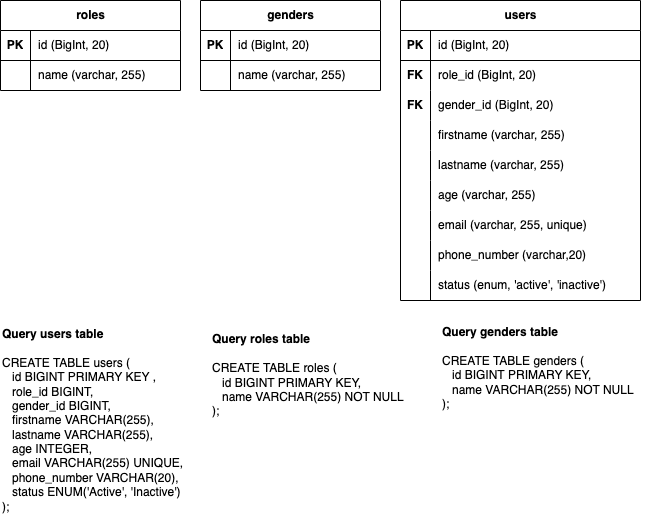
The draw.io diagram sql-task.drawio.png in antoniluthfi/tugas-sql-normalization-3nf, before a commit. Source tidied: cells renumbered, new cells last; positions are measured from the earlier drawing's top-left corner, leaving out a move shared by most shapes.
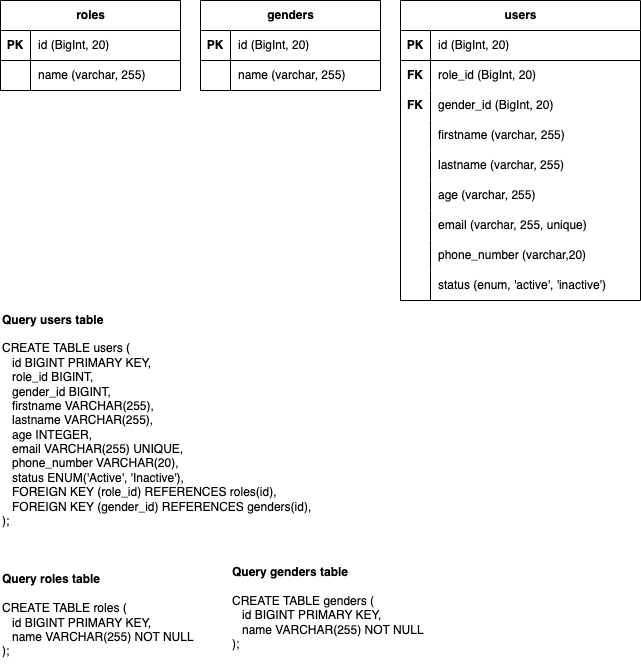
After the commit.

Diff of the diagram source:
```diff
@@ -134,14 +134,14 @@
     <mxCell id="45" value="FK" style="shape=partialRectangle;fillColor=none;top=0;left=0;bottom=0;right=0;fontStyle=1;overflow=hidden;whiteSpace=wrap;html=1;" parent="1" vertex="1">
       <mxGeometry x="400" y="90" width="30" height="30" as="geometry" />
     </mxCell>
-    <mxCell id="46" value="&lt;b&gt;Query users table&lt;/b&gt;&lt;br&gt;&lt;br&gt;&lt;div&gt;CREATE TABLE users (&lt;/div&gt;&lt;div&gt;&amp;nbsp; &amp;nbsp;id BIGINT PRIMARY KEY&amp;nbsp;,&lt;/div&gt;&lt;div&gt;&amp;nbsp; &amp;nbsp;role_id BIGINT,&lt;/div&gt;&lt;div&gt;&amp;nbsp; &amp;nbsp;gender_id BIGINT,&lt;/div&gt;&lt;div&gt;&amp;nbsp; &amp;nbsp;firstname VARCHAR(255),&lt;/div&gt;&lt;div&gt;&amp;nbsp; &amp;nbsp;lastname VARCHAR(255),&lt;/div&gt;&lt;div&gt;&amp;nbsp; &amp;nbsp;age INTEGER,&lt;/div&gt;&lt;div&gt;&amp;nbsp; &amp;nbsp;email VARCHAR(255) UNIQUE,&lt;/div&gt;&lt;div&gt;&amp;nbsp; &amp;nbsp;phone_number VARCHAR(20),&lt;/div&gt;&lt;div&gt;&amp;nbsp; &amp;nbsp;status ENUM('Active', 'Inactive')&lt;/div&gt;&lt;div&gt;);&lt;/div&gt;" style="text;html=1;align=left;verticalAlign=middle;strokeColor=none;fillColor=none;" parent="1" vertex="1">
-      <mxGeometry y="320" width="200" height="200" as="geometry" />
-    </mxCell>
+    <mxCell id="49" value="&lt;b&gt;Query users table&lt;/b&gt;&lt;br&gt;&lt;br&gt;&lt;div&gt;CREATE TABLE users (&lt;/div&gt;&amp;nbsp; &amp;nbsp;id BIGINT PRIMARY KEY&lt;span style=&quot;background-color: initial;&quot;&gt;,&lt;/span&gt;&lt;br&gt;&lt;div&gt;&amp;nbsp; &amp;nbsp;role_id BIGINT,&lt;/div&gt;&lt;div&gt;&amp;nbsp; &amp;nbsp;gender_id BIGINT,&lt;/div&gt;&lt;div&gt;&amp;nbsp; &amp;nbsp;firstname VARCHAR(255),&lt;/div&gt;&lt;div&gt;&amp;nbsp; &amp;nbsp;lastname VARCHAR(255),&lt;/div&gt;&lt;div&gt;&amp;nbsp; &amp;nbsp;age INTEGER,&lt;/div&gt;&lt;div&gt;&amp;nbsp; &amp;nbsp;email VARCHAR(255) UNIQUE,&lt;/div&gt;&lt;div&gt;&amp;nbsp; &amp;nbsp;phone_number VARCHAR(20),&lt;/div&gt;&lt;div&gt;&amp;nbsp; &amp;nbsp;status ENUM('Active', 'Inactive'),&lt;/div&gt;&lt;div&gt;&amp;nbsp; &amp;nbsp;FOREIGN KEY (role_id) REFERENCES roles(id),&lt;/div&gt;&lt;div&gt;&amp;nbsp; &amp;nbsp;FOREIGN KEY (gender_id) REFERENCES genders(id),&lt;br&gt;&lt;/div&gt;&lt;div&gt;);&lt;/div&gt;" style="text;html=1;align=left;verticalAlign=middle;strokeColor=none;fillColor=none;" parent="1" vertex="1">
+      <mxGeometry y="305" width="330" height="230" as="geometry" />
+    </mxCell>
     <mxCell id="47" value="&lt;b&gt;Query roles table&lt;/b&gt;&lt;br&gt;&lt;br&gt;&lt;div&gt;&lt;div&gt;CREATE TABLE roles (&lt;/div&gt;&lt;div&gt;&amp;nbsp; &amp;nbsp;id BIGINT PRIMARY KEY,&lt;/div&gt;&lt;div&gt;&amp;nbsp; &amp;nbsp;name VARCHAR(255) NOT NULL&lt;/div&gt;&lt;div&gt;);&lt;/div&gt;&lt;/div&gt;" style="text;html=1;align=left;verticalAlign=middle;strokeColor=none;fillColor=none;" parent="1" vertex="1">
-      <mxGeometry x="210" y="325" width="220" height="100" as="geometry" />
+      <mxGeometry y="565" width="220" height="100" as="geometry" />
     </mxCell>
     <mxCell id="48" value="&lt;b&gt;Query genders table&lt;/b&gt;&lt;br&gt;&lt;br&gt;&lt;div&gt;&lt;div&gt;CREATE TABLE genders (&lt;/div&gt;&lt;div&gt;&amp;nbsp; &amp;nbsp;id BIGINT&amp;nbsp;PRIMARY KEY,&lt;/div&gt;&lt;div&gt;&amp;nbsp; &amp;nbsp;name VARCHAR(255) NOT NULL&lt;/div&gt;&lt;div&gt;);&lt;/div&gt;&lt;/div&gt;&lt;div&gt;&lt;br&gt;&lt;/div&gt;" style="text;html=1;align=left;verticalAlign=middle;strokeColor=none;fillColor=none;" parent="1" vertex="1">
-      <mxGeometry x="440" y="320" width="220" height="110" as="geometry" />
+      <mxGeometry x="230" y="560" width="220" height="110" as="geometry" />
     </mxCell>
   </root>
 </mxGraphModel>
```
